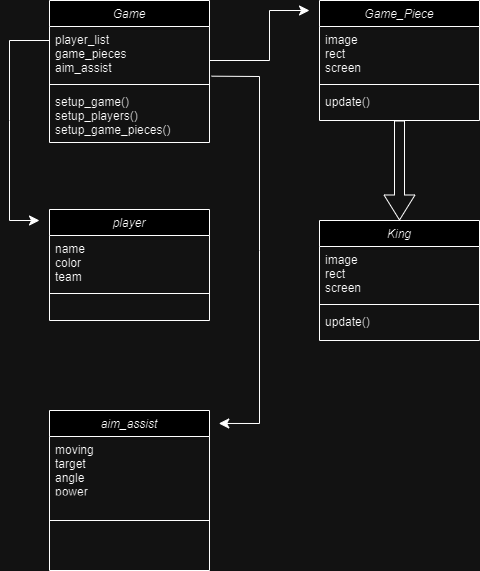
Earlier version of the draw.io export Winterprojekt (Schule)/vikinger-schach-klassendiagramm.drawio.png (Larval1/sud-vikinger-schach). Source tidied: cells renumbered, new cells last; positions are measured from the earlier drawing's top-left corner, leaving out a move shared by most shapes.
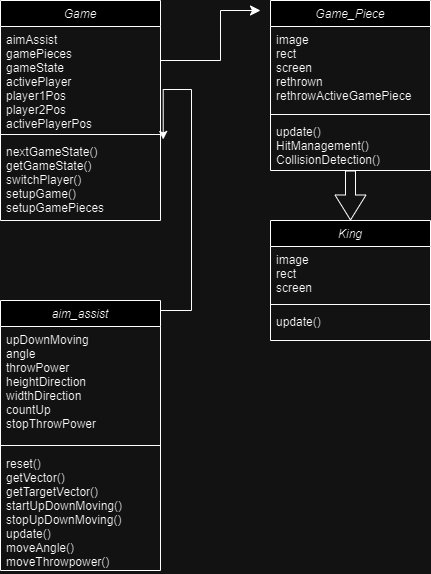
After the commit.

Diff of the diagram source:
```diff
@@ -3,28 +3,28 @@
     <mxCell id="0" />
     <mxCell id="1" parent="0" />
     <mxCell id="2" value="Game" style="swimlane;fontStyle=2;align=center;verticalAlign=top;horizontal=1;startSize=26;rounded=0;shadow=0;strokeWidth=1;" parent="1" vertex="1">
-      <mxGeometry x="40" width="160" height="142" as="geometry" />
+      <mxGeometry x="40" width="160" height="220" as="geometry" />
     </mxCell>
-    <mxCell id="3" value="player_list&#10;game_pieces&#10;aim_assist" style="text;align=left;verticalAlign=top;spacingLeft=4;spacingRight=4;overflow=hidden;points=[[0,0.5],[1,0.5]];portConstraint=eastwest;" parent="2" vertex="1">
-      <mxGeometry y="26" width="160" height="54" as="geometry" />
+    <mxCell id="3" value="aimAssist&#10;gamePieces&#10;gameState&#10;activePlayer&#10;player1Pos&#10;player2Pos&#10;activePlayerPos" style="text;align=left;verticalAlign=top;spacingLeft=4;spacingRight=4;overflow=hidden;points=[[0,0.5],[1,0.5]];portConstraint=eastwest;" parent="2" vertex="1">
+      <mxGeometry y="26" width="160" height="104" as="geometry" />
     </mxCell>
     <mxCell id="4" style="line;html=1;strokeWidth=1;align=left;verticalAlign=middle;spacingTop=-1;spacingLeft=3;spacingRight=3;labelPosition=right;" parent="2" vertex="1">
-      <mxGeometry y="80" width="160" height="8" as="geometry" />
+      <mxGeometry y="130" width="160" height="8" as="geometry" />
     </mxCell>
-    <mxCell id="5" value="setup_game()&#10;setup_players()&#10;setup_game_pieces()" style="text;align=left;verticalAlign=top;spacingLeft=4;spacingRight=4;overflow=hidden;points=[[0,0.5],[1,0.5]];portConstraint=eastwest;" parent="2" vertex="1">
-      <mxGeometry y="88" width="160" height="54" as="geometry" />
+    <mxCell id="5" value="nextGameState()&#10;getGameState()&#10;switchPlayer()&#10;setupGame()&#10;setupGamePieces" style="text;align=left;verticalAlign=top;spacingLeft=4;spacingRight=4;overflow=hidden;points=[[0,0.5],[1,0.5]];portConstraint=eastwest;" parent="2" vertex="1">
+      <mxGeometry y="138" width="160" height="82" as="geometry" />
     </mxCell>
     <mxCell id="6" value="Game_Piece" style="swimlane;fontStyle=2;align=center;verticalAlign=top;horizontal=1;startSize=26;rounded=0;shadow=0;strokeWidth=1;" parent="1" vertex="1">
-      <mxGeometry x="310" width="160" height="120" as="geometry" />
+      <mxGeometry x="310" width="160" height="170" as="geometry" />
     </mxCell>
-    <mxCell id="7" value="image&#10;rect&#10;screen&#10;" style="text;align=left;verticalAlign=top;spacingLeft=4;spacingRight=4;overflow=hidden;" parent="6" vertex="1">
-      <mxGeometry y="26" width="160" height="54" as="geometry" />
+    <mxCell id="7" value="image&#10;rect&#10;screen&#10;rethrown&#10;rethrowActiveGamePiece" style="text;align=left;verticalAlign=top;spacingLeft=4;spacingRight=4;overflow=hidden;" parent="6" vertex="1">
+      <mxGeometry y="26" width="160" height="84" as="geometry" />
     </mxCell>
     <mxCell id="8" style="line;html=1;strokeWidth=1;align=left;verticalAlign=middle;spacingTop=-1;spacingLeft=3;spacingRight=3;labelPosition=right;" parent="6" vertex="1">
-      <mxGeometry y="80" width="160" height="8" as="geometry" />
+      <mxGeometry y="110" width="160" height="8" as="geometry" />
     </mxCell>
-    <mxCell id="9" value="update()" style="text;align=left;verticalAlign=top;spacingLeft=4;spacingRight=4;overflow=hidden;" parent="6" vertex="1">
-      <mxGeometry y="88" width="160" height="32" as="geometry" />
+    <mxCell id="9" value="update()&#10;HitManagement()&#10;CollisionDetection()" style="text;align=left;verticalAlign=top;spacingLeft=4;spacingRight=4;overflow=hidden;" parent="6" vertex="1">
+      <mxGeometry y="118" width="160" height="52" as="geometry" />
     </mxCell>
     <mxCell id="10" style="endArrow=classic;html=1;rounded=0;fontSize=12;startSize=8;endSize=8;" parent="1" edge="1">
       <mxGeometry relative="1" as="geometry">
@@ -51,43 +51,25 @@
     <mxCell id="15" style="shape=flexArrow;endArrow=classic;html=1;rounded=0;fontSize=12;startSize=8;endSize=8;curved=1;exitX=0.5;exitY=1;exitDx=0;exitDy=0;entryX=0.5;entryY=0;entryDx=0;entryDy=0;" parent="1" edge="1" source="6" target="11">
       <mxGeometry relative="1" as="geometry" />
     </mxCell>
-    <mxCell id="16" value="player" style="swimlane;fontStyle=2;align=center;verticalAlign=top;horizontal=1;startSize=26;rounded=0;shadow=0;strokeWidth=1;" parent="1" vertex="1">
-      <mxGeometry x="40" y="209" width="160" height="111" as="geometry" />
-    </mxCell>
-    <mxCell id="17" value="name&#10;color&#10;team" style="text;align=left;verticalAlign=top;spacingLeft=4;spacingRight=4;overflow=hidden;" parent="16" vertex="1">
-      <mxGeometry y="26" width="160" height="54" as="geometry" />
-    </mxCell>
-    <mxCell id="18" style="line;html=1;strokeWidth=1;align=left;verticalAlign=middle;spacingTop=-1;spacingLeft=3;spacingRight=3;labelPosition=right;" parent="16" vertex="1">
-      <mxGeometry y="80" width="160" height="8" as="geometry" />
-    </mxCell>
-    <mxCell id="19" style="endArrow=classic;html=1;rounded=0;fontSize=12;startSize=8;endSize=8;" parent="1" edge="1">
-      <mxGeometry relative="1" as="geometry">
-        <mxPoint x="40" y="40" as="sourcePoint" />
-        <mxPoint x="30" y="220" as="targetPoint" />
-        <Array as="points">
-          <mxPoint y="40" />
-          <mxPoint y="120" />
-          <mxPoint y="220" />
-        </Array>
-      </mxGeometry>
-    </mxCell>
+    <mxCell id="24" style="edgeStyle=orthogonalEdgeStyle;rounded=0;jettySize=auto;html=1;entryX=1.017;entryY=0.012;entryDx=0;entryDy=0;entryPerimeter=0;" parent="1" edge="1" source="20" target="5">
+      <mxGeometry relative="1" as="geometry">
+        <Array as="points">
+          <mxPoint x="231" y="310" />
+          <mxPoint x="231" y="89" />
+        </Array>
+      </mxGeometry>
+    </mxCell>
     <mxCell id="20" value="aim_assist" style="swimlane;fontStyle=2;align=center;verticalAlign=top;horizontal=1;startSize=26;rounded=0;shadow=0;strokeWidth=1;" parent="1" vertex="1">
-      <mxGeometry x="40" y="410" width="160" height="160" as="geometry" />
+      <mxGeometry x="40" y="300" width="160" height="270" as="geometry" />
     </mxCell>
-    <mxCell id="21" value="moving&#10;target&#10;angle&#10;power&#10;screen" style="text;align=left;verticalAlign=top;spacingLeft=4;spacingRight=4;overflow=hidden;" parent="20" vertex="1">
-      <mxGeometry y="26" width="160" height="54" as="geometry" />
+    <mxCell id="21" value="upDownMoving&#10;angle&#10;throwPower&#10;heightDirection&#10;widthDirection&#10;countUp&#10;stopThrowPower" style="text;align=left;verticalAlign=top;spacingLeft=4;spacingRight=4;overflow=hidden;" parent="20" vertex="1">
+      <mxGeometry y="26" width="160" height="114" as="geometry" />
     </mxCell>
     <mxCell id="22" style="line;html=1;strokeWidth=1;align=left;verticalAlign=middle;spacingTop=-1;spacingLeft=3;spacingRight=3;labelPosition=right;" parent="20" vertex="1">
-      <mxGeometry y="80" width="160" height="60" as="geometry" />
+      <mxGeometry y="140" width="160" height="10" as="geometry" />
     </mxCell>
-    <mxCell id="23" style="endArrow=classic;html=1;rounded=0;fontSize=12;startSize=8;endSize=8;exitX=1.013;exitY=0.92;exitDx=0;exitDy=0;exitPerimeter=0;entryX=1.058;entryY=0.081;entryDx=0;entryDy=0;entryPerimeter=0;" parent="1" edge="1" source="3" target="20">
-      <mxGeometry relative="1" as="geometry">
-        <Array as="points">
-          <mxPoint x="250" y="76" />
-          <mxPoint x="250" y="250" />
-          <mxPoint x="250" y="423" />
-        </Array>
-      </mxGeometry>
-    </mxCell>
+    <mxCell id="25" value="reset()&#10;getVector()&#10;getTargetVector()&#10;startUpDownMoving()&#10;stopUpDownMoving()&#10;update()&#10;moveAngle()&#10;moveThrowpower()&#10;" style="text;align=left;verticalAlign=top;spacingLeft=4;spacingRight=4;overflow=hidden;" parent="20" vertex="1">
+      <mxGeometry y="150" width="160" height="120" as="geometry" />
+    </mxCell>
   </root>
 </mxGraphModel>
```
